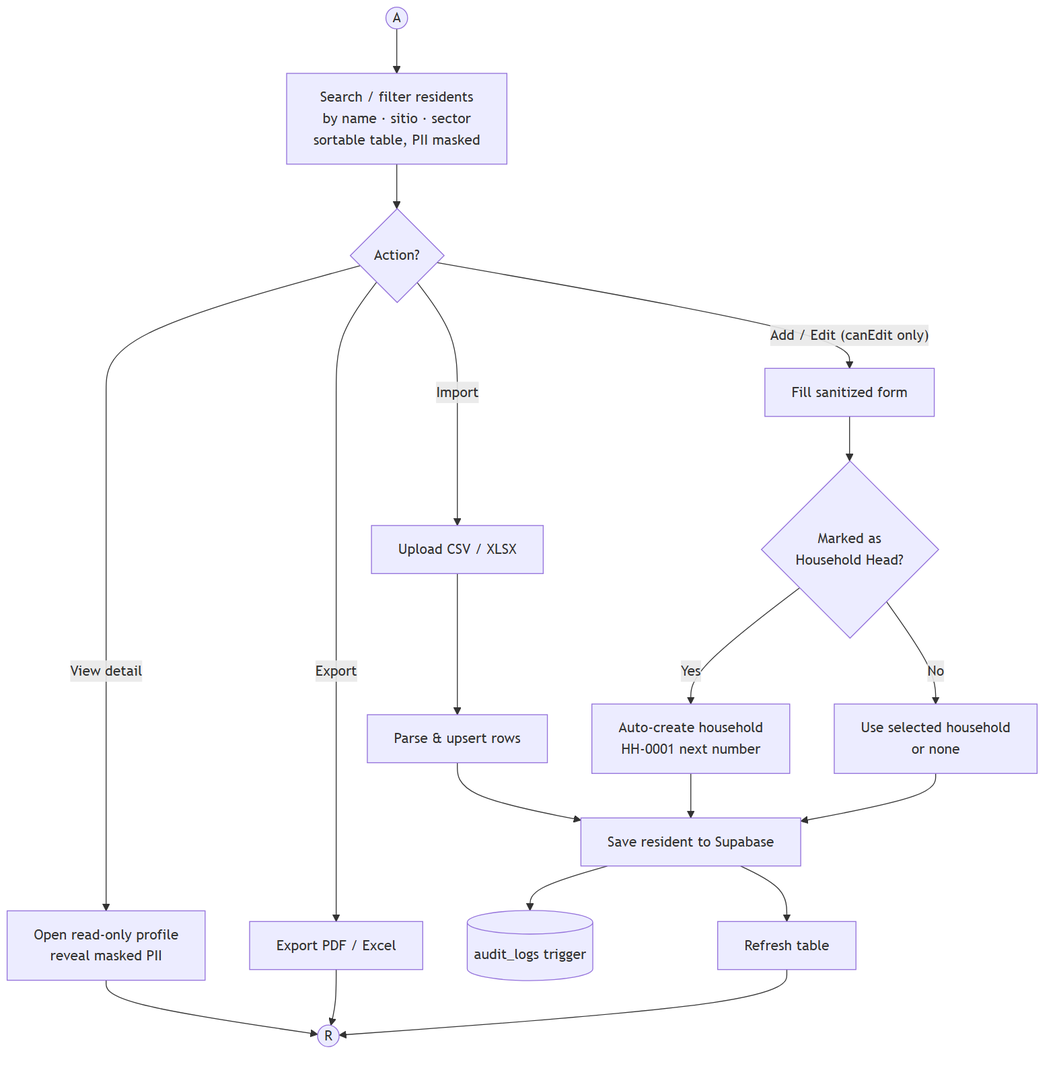
This is diagrams/modules/resident_profiling.png from KellyEspera/protect, a Mermaid export, as it was before one commit. Its source is kept beside it as diagrams/modules/resident_profiling.mmd.
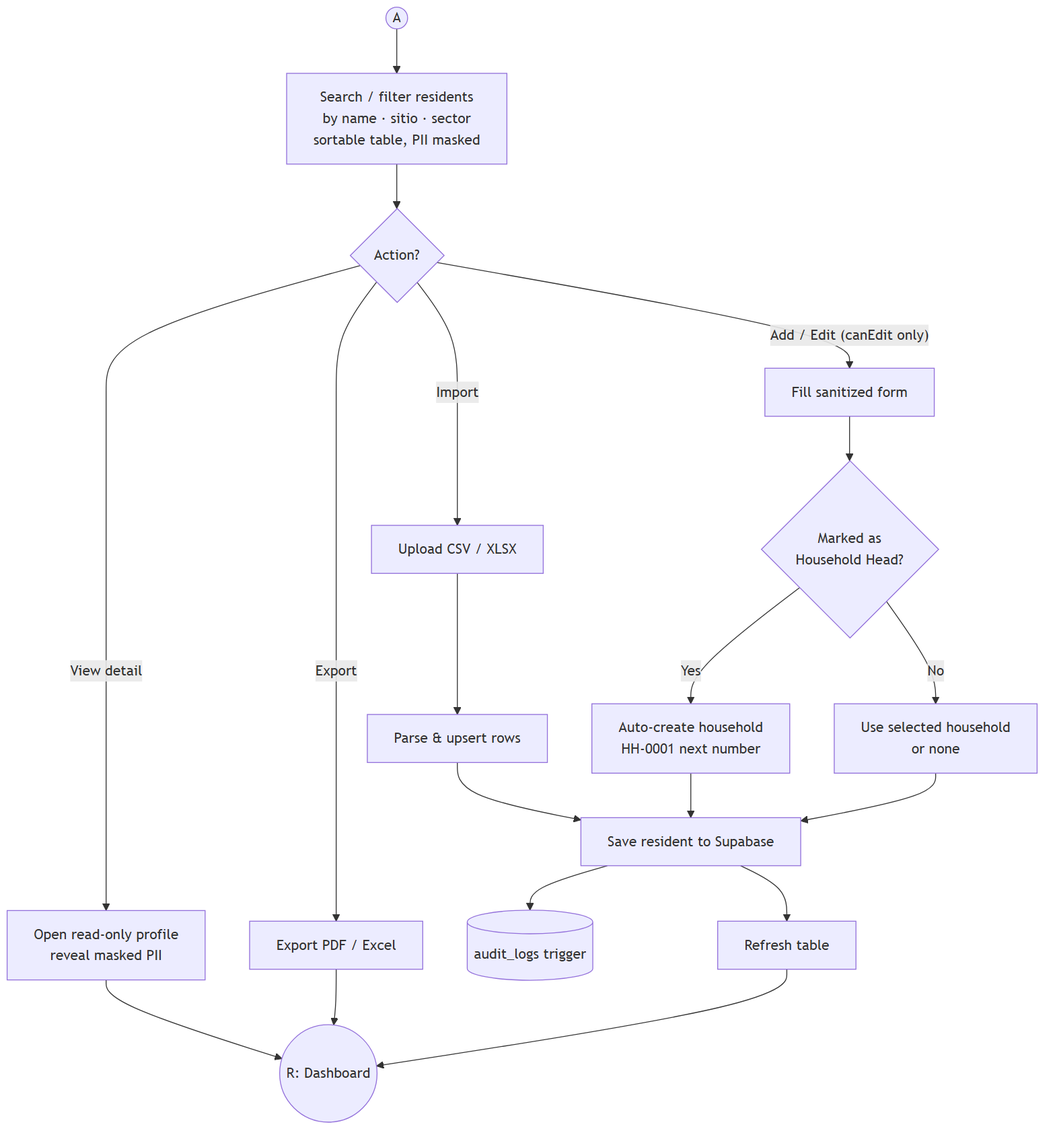
After the change.

Change to the diagram source:
```diff
@@ -15,6 +15,6 @@
     Save --> Audit[(audit_logs trigger)]
     Save --> Refresh[Refresh table]
 
-    Detail --> R((R))
+    Detail --> R((R: Dashboard))
     Exp --> R
     Refresh --> R
```
